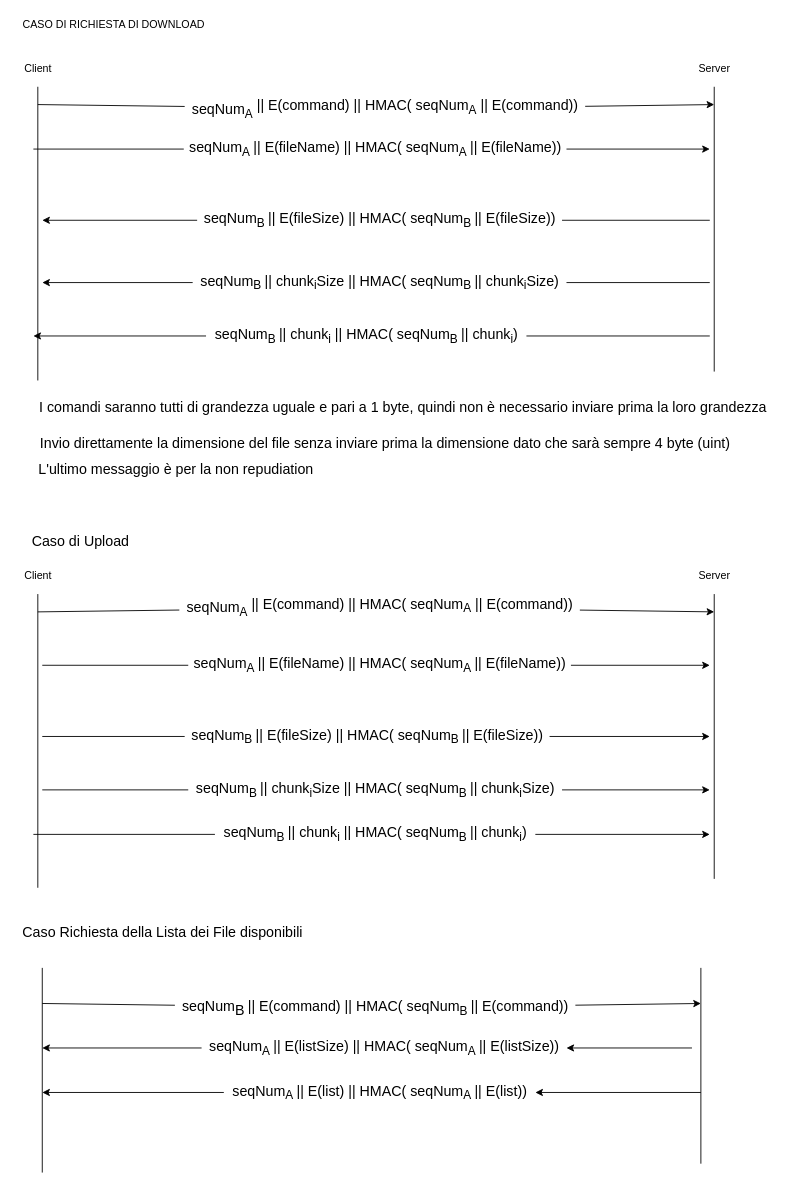
This is schemes/SecondPhase.drawio from fontanellileonardo/Secure-File-Transfer, a draw.io file, before an edit. Source tidied: cells renumbered, new cells numbered last; positions are measured from the earlier drawing's top-left corner, leaving out a move shared by most shapes. Both pictures are drawn from the tidied source at 89%, with x=0, y=0 at pixel (15, 15).
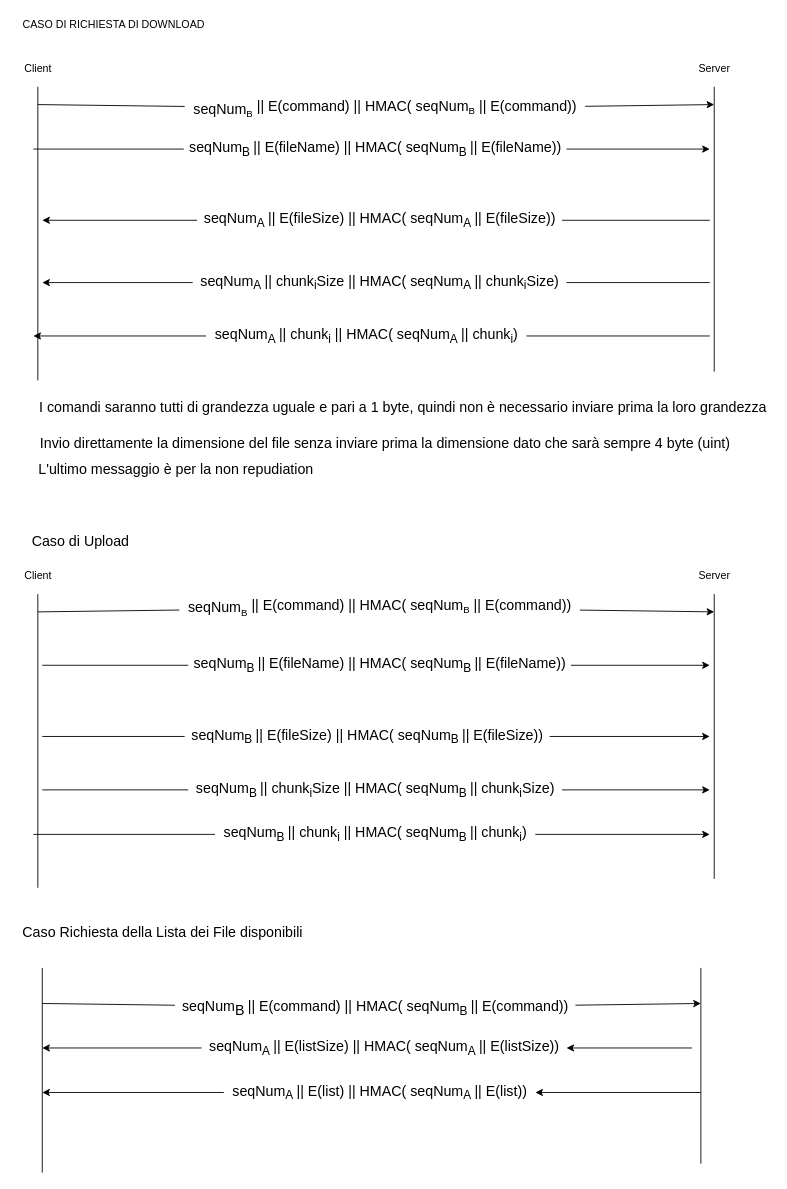
The same diagram, later.

Commit message (it also covers changes not shown here):
Aggioranto schema seconda fase

What changed in the source:
```diff
@@
-    <mxCell id="31" value="&lt;font style=&quot;font-size: 16px&quot;&gt;&lt;span style=&quot;font-size: medium&quot;&gt;seqNum&lt;/span&gt;&lt;sub&gt;A&lt;/sub&gt;&lt;sub&gt;&amp;nbsp;&lt;/sub&gt;|| E(fileName) ||&amp;nbsp;HMAC(&amp;nbsp;&lt;span style=&quot;font-size: medium&quot;&gt;seqNum&lt;/span&gt;&lt;sub&gt;A&lt;/sub&gt;&lt;sub&gt;&amp;nbsp;&lt;/sub&gt;|| E(fileName))&lt;/font&gt;" style="text;html=1;align=center;verticalAlign=middle;points=[];" parent="1" vertex="1">
+    <mxCell id="31" value="&lt;font style=&quot;font-size: 16px&quot;&gt;&lt;span style=&quot;font-size: medium&quot;&gt;seqNum&lt;sub&gt;B&lt;/sub&gt;&lt;/span&gt;&lt;sub&gt;&amp;nbsp;&lt;/sub&gt;|| E(fileName) ||&amp;nbsp;HMAC(&amp;nbsp;&lt;span style=&quot;font-size: medium&quot;&gt;seqNum&lt;/span&gt;&lt;sub&gt;B&amp;nbsp;&lt;/sub&gt;|| E(fileName))&lt;/font&gt;" style="text;html=1;align=center;verticalAlign=middle;points=[];" parent="1" vertex="1">
       <mxGeometry x="189" y="140" width="430" height="20" as="geometry" />
     </mxCell>
@@
-    <mxCell id="33" value="&lt;font&gt;&lt;sub&gt;&lt;font size=&quot;3&quot;&gt;seqNum&lt;sub&gt;A&lt;/sub&gt; &lt;/font&gt;&lt;/sub&gt;&lt;font size=&quot;3&quot;&gt;|| E(command) ||&amp;nbsp;&lt;/font&gt;&lt;font&gt;&lt;font size=&quot;3&quot;&gt;HMAC(&amp;nbsp;&lt;/font&gt;&lt;span style=&quot;font-size: medium&quot;&gt;seqNum&lt;/span&gt;&lt;span style=&quot;font-size: 16px&quot;&gt;&lt;sub&gt;A&lt;/sub&gt;&lt;/span&gt;&lt;sub style=&quot;font-size: 16px&quot;&gt; &lt;/sub&gt;&lt;font size=&quot;3&quot;&gt;|| E(command))&lt;/font&gt;&lt;/font&gt;&lt;/font&gt;" style="text;html=1;align=center;verticalAlign=middle;points=[];" parent="1" vertex="1">
+    <mxCell id="33" value="&lt;font&gt;&lt;sub&gt;&lt;font size=&quot;3&quot;&gt;seqNum&lt;/font&gt;&lt;font size=&quot;2&quot;&gt;&lt;sub&gt;B&lt;/sub&gt;&lt;/font&gt;&lt;font size=&quot;3&quot;&gt;&amp;nbsp;&lt;/font&gt;&lt;/sub&gt;&lt;font size=&quot;3&quot;&gt;|| E(command) ||&amp;nbsp;&lt;/font&gt;&lt;font&gt;&lt;font size=&quot;3&quot;&gt;HMAC(&amp;nbsp;&lt;/font&gt;&lt;span style=&quot;font-size: medium&quot;&gt;seqNum&lt;/span&gt;&lt;font size=&quot;2&quot;&gt;&lt;sub&gt;B&lt;/sub&gt;&lt;/font&gt;&lt;sub style=&quot;font-size: 16px&quot;&gt;&amp;nbsp;&lt;/sub&gt;&lt;font size=&quot;3&quot;&gt;|| E(command))&lt;/font&gt;&lt;/font&gt;&lt;/font&gt;" style="text;html=1;align=center;verticalAlign=middle;points=[];" parent="1" vertex="1">
       <mxGeometry x="190" y="90" width="450" height="30" as="geometry" />
     </mxCell>
@@
-    <mxCell id="35" value="&lt;font style=&quot;font-size: 16px&quot;&gt;seqNum&lt;sub&gt;B&lt;/sub&gt;&lt;sub&gt;&amp;nbsp;&lt;/sub&gt;|| E(fileSize) ||&amp;nbsp;HMAC(&amp;nbsp;seqNum&lt;sub&gt;B&lt;/sub&gt;&lt;sub&gt;&amp;nbsp;&lt;/sub&gt;|| E(fileSize))&lt;/font&gt;" style="text;html=1;align=center;verticalAlign=middle;points=[];" parent="1" vertex="1">
+    <mxCell id="35" value="&lt;font style=&quot;font-size: 16px&quot;&gt;seqNum&lt;sub&gt;A&amp;nbsp;&lt;/sub&gt;|| E(fileSize) ||&amp;nbsp;HMAC(&amp;nbsp;seqNum&lt;sub&gt;A&amp;nbsp;&lt;/sub&gt;|| E(fileSize))&lt;/font&gt;" style="text;html=1;align=center;verticalAlign=middle;points=[];" parent="1" vertex="1">
       <mxGeometry x="204" y="220" width="410" height="20" as="geometry" />
     </mxCell>
@@
-    <mxCell id="37" value="&lt;font style=&quot;font-size: 16px&quot;&gt;&lt;span style=&quot;font-size: medium&quot;&gt;seqNum&lt;/span&gt;&lt;sub&gt;B&lt;/sub&gt;&lt;sub&gt;&amp;nbsp;&lt;/sub&gt;|| chunk&lt;sub&gt;i&lt;/sub&gt;Size ||&amp;nbsp;HMAC(&amp;nbsp;&lt;span style=&quot;font-size: medium&quot;&gt;seqNum&lt;/span&gt;&lt;sub&gt;B&lt;/sub&gt;&lt;sub&gt;&amp;nbsp;&lt;/sub&gt;||&amp;nbsp;chunk&lt;sub&gt;i&lt;/sub&gt;Size)&lt;/font&gt;" style="text;html=1;align=center;verticalAlign=middle;points=[];" parent="1" vertex="1">
+    <mxCell id="37" value="&lt;font style=&quot;font-size: 16px&quot;&gt;&lt;span style=&quot;font-size: medium&quot;&gt;seqNum&lt;sub&gt;A&lt;/sub&gt;&lt;/span&gt;&lt;sub&gt;&amp;nbsp;&lt;/sub&gt;|| chunk&lt;sub&gt;i&lt;/sub&gt;Size ||&amp;nbsp;HMAC(&amp;nbsp;&lt;span style=&quot;font-size: medium&quot;&gt;seqNum&lt;sub&gt;A&lt;/sub&gt;&lt;/span&gt;&lt;sub&gt;&amp;nbsp;&lt;/sub&gt;||&amp;nbsp;chunk&lt;sub&gt;i&lt;/sub&gt;Size)&lt;/font&gt;" style="text;html=1;align=center;verticalAlign=middle;points=[];" parent="1" vertex="1">
       <mxGeometry x="199" y="290" width="420" height="20" as="geometry" />
     </mxCell>
@@
-    <mxCell id="39" value="&lt;font style=&quot;font-size: 16px&quot;&gt;seqNum&lt;sub&gt;B&lt;/sub&gt;&lt;sub&gt;&amp;nbsp;&lt;/sub&gt;|| chunk&lt;sub&gt;i&lt;/sub&gt;&amp;nbsp;||&amp;nbsp;HMAC(&amp;nbsp;seqNum&lt;sub&gt;B&lt;/sub&gt;&lt;sub&gt;&amp;nbsp;&lt;/sub&gt;||&amp;nbsp;chunk&lt;sub&gt;i&lt;/sub&gt;)&lt;/font&gt;" style="text;html=1;align=center;verticalAlign=middle;points=[];" parent="1" vertex="1">
+    <mxCell id="39" value="&lt;font style=&quot;font-size: 16px&quot;&gt;seqNum&lt;sub&gt;A&amp;nbsp;&lt;/sub&gt;|| chunk&lt;sub&gt;i&lt;/sub&gt;&amp;nbsp;||&amp;nbsp;HMAC(&amp;nbsp;seqNum&lt;sub&gt;A&amp;nbsp;&lt;/sub&gt;||&amp;nbsp;chunk&lt;sub&gt;i&lt;/sub&gt;)&lt;/font&gt;" style="text;html=1;align=center;verticalAlign=middle;points=[];" parent="1" vertex="1">
       <mxGeometry x="214" y="350" width="360" height="20" as="geometry" />
     </mxCell>
@@
-    <mxCell id="41" value="&lt;sub&gt;&lt;font size=&quot;3&quot;&gt;seqNum&lt;sub&gt;A&lt;/sub&gt;&amp;nbsp;&lt;/font&gt;&lt;/sub&gt;&lt;font size=&quot;3&quot;&gt;|| E(command) ||&amp;nbsp;&lt;/font&gt;&lt;font size=&quot;3&quot;&gt;HMAC(&amp;nbsp;&lt;/font&gt;&lt;span style=&quot;font-size: medium&quot;&gt;seqNum&lt;/span&gt;&lt;span style=&quot;font-size: 16px&quot;&gt;&lt;sub&gt;A&lt;/sub&gt;&lt;/span&gt;&lt;sub style=&quot;font-size: 16px&quot;&gt;&amp;nbsp;&lt;/sub&gt;&lt;font size=&quot;3&quot;&gt;|| E(command))&lt;/font&gt;" style="text;html=1;align=center;verticalAlign=middle;points=[];" parent="1" vertex="1">
+    <mxCell id="41" value="&lt;sub&gt;&lt;font size=&quot;3&quot;&gt;seqNum&lt;/font&gt;&lt;font size=&quot;2&quot;&gt;&lt;sub&gt;B&lt;/sub&gt;&lt;/font&gt;&lt;font size=&quot;3&quot;&gt;&amp;nbsp;&lt;/font&gt;&lt;/sub&gt;&lt;font size=&quot;3&quot;&gt;|| E(command) ||&amp;nbsp;&lt;/font&gt;&lt;font size=&quot;3&quot;&gt;HMAC(&amp;nbsp;&lt;/font&gt;&lt;span style=&quot;font-size: medium&quot;&gt;seqNum&lt;/span&gt;&lt;font size=&quot;2&quot;&gt;&lt;sub&gt;B&lt;/sub&gt;&lt;/font&gt;&lt;sub style=&quot;font-size: 16px&quot;&gt;&amp;nbsp;&lt;/sub&gt;&lt;font size=&quot;3&quot;&gt;|| E(command))&lt;/font&gt;" style="text;html=1;align=center;verticalAlign=middle;points=[];" parent="1" vertex="1">
       <mxGeometry x="184" y="650" width="450" height="30" as="geometry" />
     </mxCell>
@@
-    <mxCell id="43" value="&lt;font style=&quot;font-size: 16px&quot;&gt;&lt;span style=&quot;font-size: medium&quot;&gt;seqNum&lt;/span&gt;&lt;sub&gt;A&lt;/sub&gt;&lt;sub&gt;&amp;nbsp;&lt;/sub&gt;|| E(fileName) ||&amp;nbsp;HMAC(&amp;nbsp;&lt;span style=&quot;font-size: medium&quot;&gt;seqNum&lt;/span&gt;&lt;sub&gt;A&lt;/sub&gt;&lt;sub&gt;&amp;nbsp;&lt;/sub&gt;|| E(fileName))&lt;/font&gt;" style="text;html=1;align=center;verticalAlign=middle;points=[];" parent="1" vertex="1">
+    <mxCell id="43" value="&lt;font style=&quot;font-size: 16px&quot;&gt;&lt;span style=&quot;font-size: medium&quot;&gt;seqNum&lt;sub&gt;B&lt;/sub&gt;&lt;/span&gt;&lt;sub&gt;&amp;nbsp;&lt;/sub&gt;|| E(fileName) ||&amp;nbsp;HMAC(&amp;nbsp;&lt;span style=&quot;font-size: medium&quot;&gt;seqNum&lt;sub&gt;B&lt;/sub&gt;&lt;/span&gt;&lt;sub&gt;&amp;nbsp;&lt;/sub&gt;|| E(fileName))&lt;/font&gt;" style="text;html=1;align=center;verticalAlign=middle;points=[];" parent="1" vertex="1">
       <mxGeometry x="194" y="720" width="430" height="20" as="geometry" />
     </mxCell>
```
